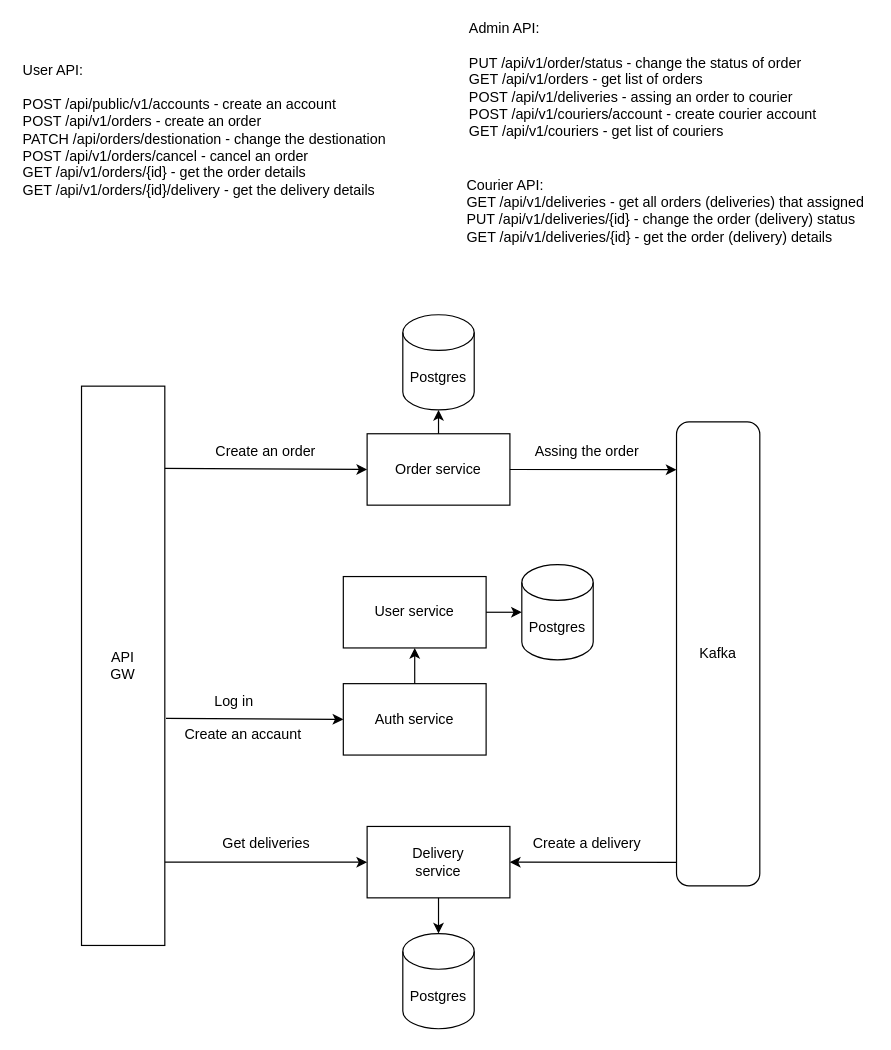
Before: architecture.drawio in chMatvey/parcel-delivery, a draw.io diagram. Source tidied: cells renumbered, new cells numbered last; positions are measured from the earlier drawing's top-left corner, leaving out a move shared by most shapes. Both pictures are drawn from the tidied source at 119%, with x=0, y=0 at pixel (20, 52).
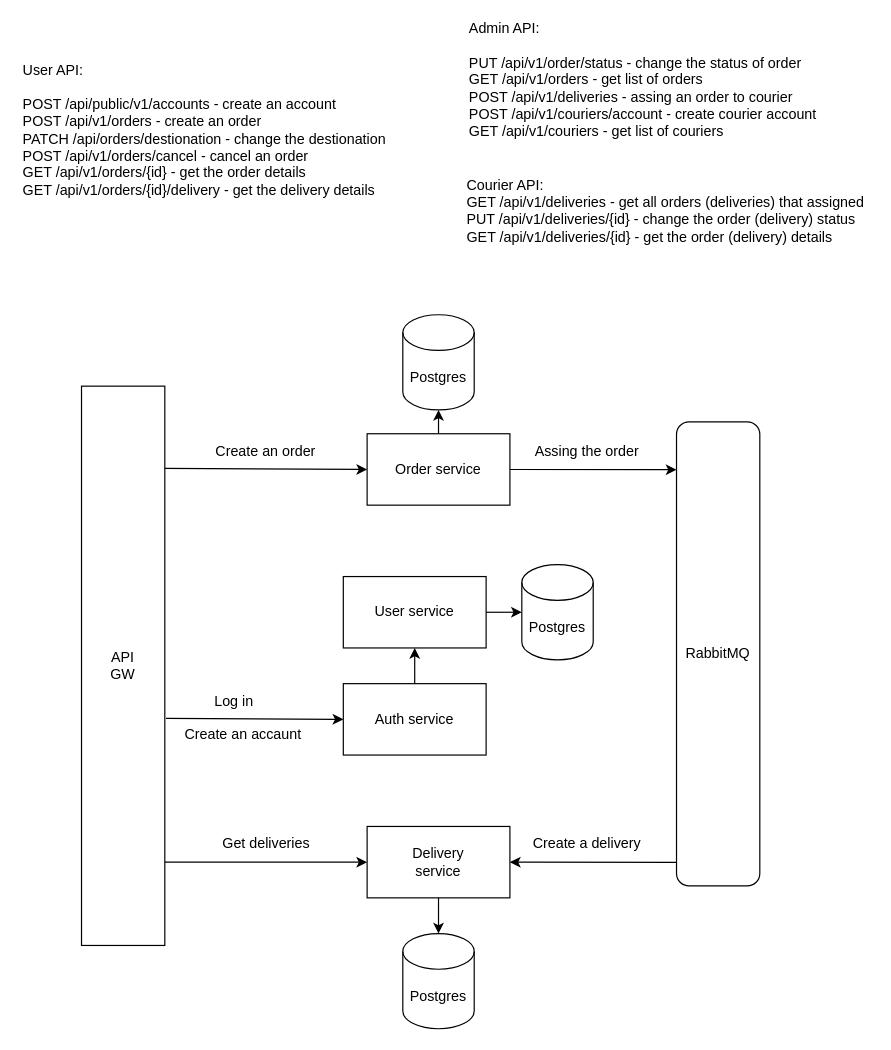
The same diagram, later.

The edit, as a diff of the source:
```diff
@@
-    <mxCell id="10" value="Kafka" style="rounded=1;whiteSpace=wrap;html=1;" parent="1" vertex="1">
+    <mxCell id="10" value="RabbitMQ" style="rounded=1;whiteSpace=wrap;html=1;" parent="1" vertex="1">
       <mxGeometry x="551" y="310" width="70" height="390" as="geometry" />
     </mxCell>
```
